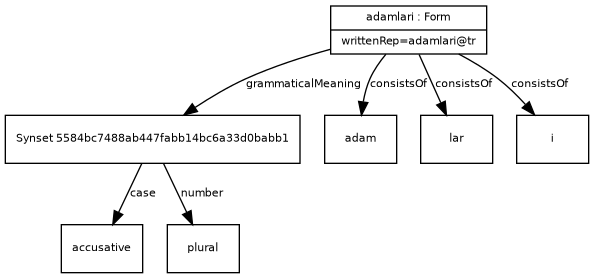
The Graphviz diagram examples/example_14.png in ontolex/morph, before a commit. Its source is kept beside it as examples/example_14.dot.
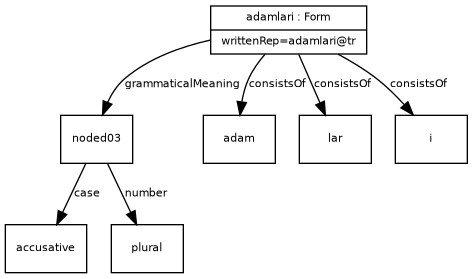
The same file after the commit.

Diff of the diagram source:
```diff
@@ -14,11 +14,11 @@
     ]
 
 accusative [ label="{accusative}" ]
-Synset5584bc7488ab447fabb14bc6a33d0babb1 -> accusative [ label="case" ]
+noded03 -> accusative [ label="case" ]
 plural [ label="{plural}" ]
-Synset5584bc7488ab447fabb14bc6a33d0babb1 -> plural [ label="number" ]
-Synset5584bc7488ab447fabb14bc6a33d0babb1 [ label="{Synset 5584bc7488ab447fabb14bc6a33d0babb1}" ]
-adamlari -> Synset5584bc7488ab447fabb14bc6a33d0babb1 [ label="grammaticalMeaning" ]
+noded03 -> plural [ label="number" ]
+noded03 [ label="{noded03}" ]
+adamlari -> noded03 [ label="grammaticalMeaning" ]
 adam [ label="{adam}" ]
 adamlari -> adam [ label="consistsOf" ]
 lar [ label="{lar}" ]
```
